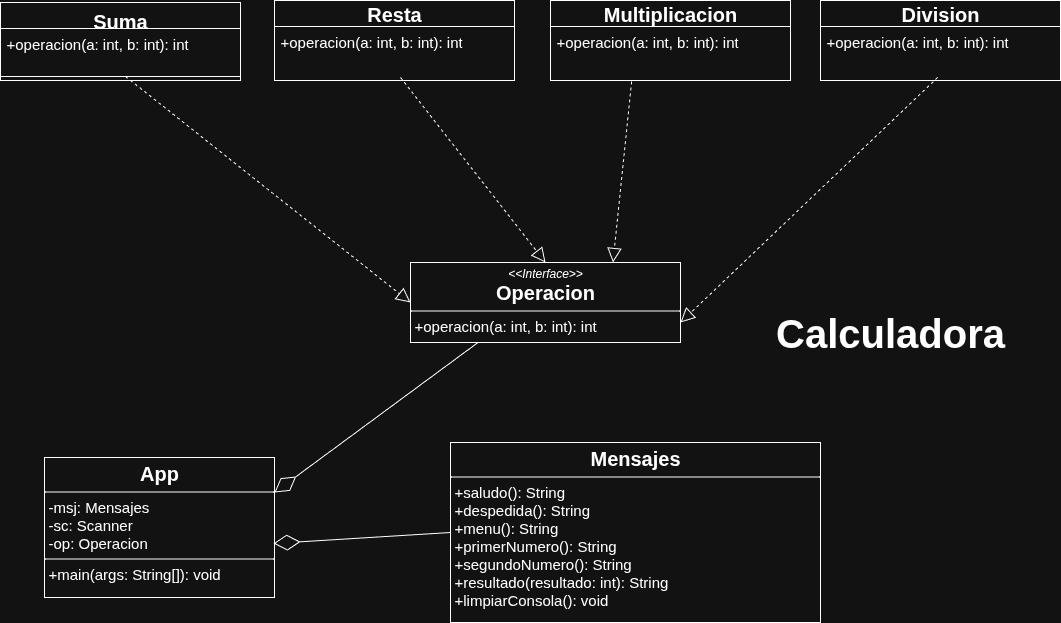
This is Equipo-Polimorfo_AE1/DiagramaClase.drawio.png from OmarLarrondo/Equipo-Polimorfo, a draw.io export, as it was before one commit. Source tidied: cells renumbered, new cells last; positions are measured from the earlier drawing's top-left corner, leaving out a move shared by most shapes.
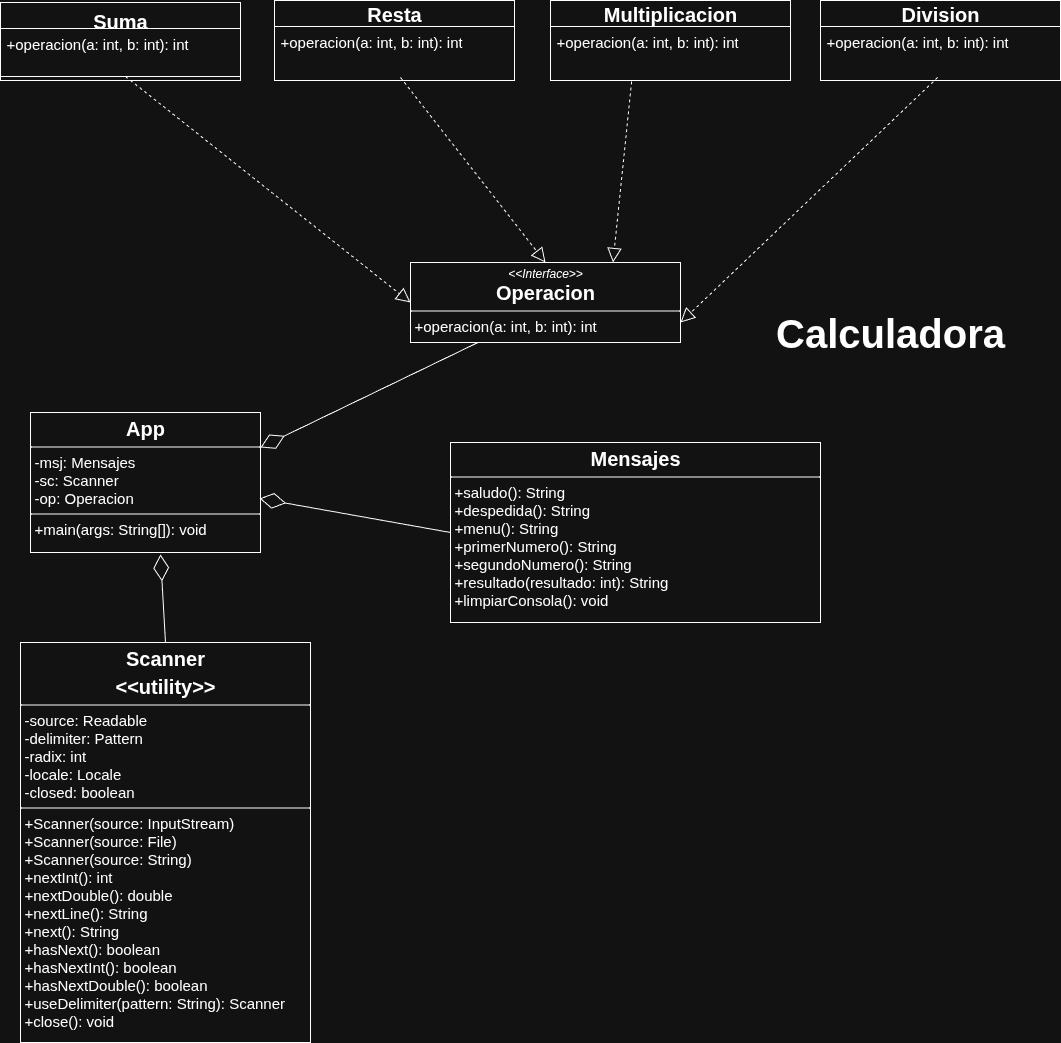
Later version of the same file.

Commit message:
refactor(diagrams): Actualizar diagrama de clases y eliminar el de estados

Se modifica el diagrama de clases para agregar la clase Scanner. El diagrama de estados se elimina porque no es requerido en esta práctica.

Change to the diagram source:
```diff
@@ -45,7 +45,7 @@
       <mxGeometry relative="1" as="geometry" />
     </mxCell>
     <mxCell id="16" value="&lt;p style=&quot;margin:0px;margin-top:4px;text-align:center;&quot;&gt;&lt;span style=&quot;font-size: 20px;&quot;&gt;&lt;b&gt;App&lt;/b&gt;&lt;/span&gt;&lt;/p&gt;&lt;hr size=&quot;1&quot; style=&quot;border-style:solid;&quot;&gt;&lt;p style=&quot;margin:0px;margin-left:4px;&quot;&gt;&lt;font style=&quot;font-size: 15px;&quot;&gt;-msj: Mensajes&lt;/font&gt;&lt;/p&gt;&lt;p style=&quot;margin:0px;margin-left:4px;&quot;&gt;&lt;font style=&quot;font-size: 15px;&quot;&gt;-sc: Scanner&lt;/font&gt;&lt;/p&gt;&lt;p style=&quot;margin:0px;margin-left:4px;&quot;&gt;&lt;font style=&quot;font-size: 15px;&quot;&gt;-op: Operacion&lt;/font&gt;&lt;/p&gt;&lt;hr size=&quot;1&quot; style=&quot;border-style:solid;&quot;&gt;&lt;p style=&quot;margin:0px;margin-left:4px;&quot;&gt;&lt;font style=&quot;font-size: 15px;&quot;&gt;+main(args: String[]): void&lt;/font&gt;&lt;/p&gt;" style="verticalAlign=top;align=left;overflow=fill;html=1;whiteSpace=wrap;" parent="1" vertex="1">
-      <mxGeometry x="44" y="457" width="230" height="140" as="geometry" />
+      <mxGeometry x="30" y="412" width="230" height="140" as="geometry" />
     </mxCell>
     <mxCell id="17" style="endArrow=diamondThin;endFill=0;endSize=24;html=1;rounded=0;exitX=0.25;exitY=1;exitDx=0;exitDy=0;entryX=1;entryY=0.25;entryDx=0;entryDy=0;" parent="1" edge="1" source="11" target="16">
       <mxGeometry relative="1" as="geometry" />
@@ -59,5 +59,11 @@
     <mxCell id="20" value="&lt;font style=&quot;font-size: 40px;&quot;&gt;&lt;b&gt;Calculadora&lt;/b&gt;&lt;/font&gt;" style="text;html=1;align=center;verticalAlign=middle;whiteSpace=wrap;rounded=0;" parent="1" vertex="1">
       <mxGeometry x="760" y="302" width="260" height="60" as="geometry" />
     </mxCell>
+    <mxCell id="21" value="&lt;p style=&quot;margin:0px;margin-top:4px;text-align:center;&quot;&gt;&lt;b&gt;&lt;font style=&quot;font-size: 20px;&quot;&gt;Scanner&lt;/font&gt;&lt;/b&gt;&lt;/p&gt;&lt;p style=&quot;margin:0px;margin-top:4px;text-align:center;&quot;&gt;&lt;font style=&quot;&quot;&gt;&lt;span style=&quot;font-size: 20px;&quot;&gt;&lt;b&gt;&amp;lt;&amp;lt;utility&amp;gt;&amp;gt;&lt;/b&gt;&lt;/span&gt;&lt;/font&gt;&lt;/p&gt;&lt;hr size=&quot;1&quot; style=&quot;border-style:solid;&quot;&gt;&lt;p style=&quot;margin:0px;margin-left:4px;&quot;&gt;&lt;font style=&quot;font-size: 15px;&quot;&gt;-source: Readable&lt;/font&gt;&lt;/p&gt;&lt;p style=&quot;margin:0px;margin-left:4px;&quot;&gt;&lt;font style=&quot;font-size: 15px;&quot;&gt;-delimiter: Pattern&lt;/font&gt;&lt;/p&gt;&lt;p style=&quot;margin:0px;margin-left:4px;&quot;&gt;&lt;font style=&quot;font-size: 15px;&quot;&gt;-radix: int&lt;/font&gt;&lt;/p&gt;&lt;p style=&quot;margin:0px;margin-left:4px;&quot;&gt;&lt;font style=&quot;font-size: 15px;&quot;&gt;-locale: Locale&lt;/font&gt;&lt;/p&gt;&lt;p style=&quot;margin:0px;margin-left:4px;&quot;&gt;&lt;span style=&quot;background-color: transparent; color: light-dark(rgb(0, 0, 0), rgb(255, 255, 255));&quot;&gt;&lt;font style=&quot;font-size: 15px;&quot;&gt;-closed: boolean&lt;/font&gt;&lt;/span&gt;&lt;/p&gt;&lt;hr size=&quot;1&quot; style=&quot;border-style:solid;&quot;&gt;&lt;p style=&quot;margin:0px;margin-left:4px;&quot;&gt;&lt;font style=&quot;font-size: 15px;&quot;&gt;+Scanner(source: InputStream)&lt;/font&gt;&lt;/p&gt;&lt;p style=&quot;margin:0px;margin-left:4px;&quot;&gt;&lt;font style=&quot;font-size: 15px;&quot;&gt;+Scanner(source: File)&lt;/font&gt;&lt;/p&gt;&lt;p style=&quot;margin:0px;margin-left:4px;&quot;&gt;&lt;font style=&quot;font-size: 15px;&quot;&gt;+Scanner(source: String)&lt;/font&gt;&lt;/p&gt;&lt;p style=&quot;margin:0px;margin-left:4px;&quot;&gt;&lt;font style=&quot;font-size: 15px;&quot;&gt;+nextInt(): int&lt;/font&gt;&lt;/p&gt;&lt;p style=&quot;margin:0px;margin-left:4px;&quot;&gt;&lt;font style=&quot;font-size: 15px;&quot;&gt;+nextDouble(): double&lt;/font&gt;&lt;/p&gt;&lt;p style=&quot;margin:0px;margin-left:4px;&quot;&gt;&lt;font style=&quot;font-size: 15px;&quot;&gt;+nextLine(): String&lt;/font&gt;&lt;/p&gt;&lt;p style=&quot;margin:0px;margin-left:4px;&quot;&gt;&lt;font style=&quot;font-size: 15px;&quot;&gt;+next(): String&lt;/font&gt;&lt;/p&gt;&lt;p style=&quot;margin:0px;margin-left:4px;&quot;&gt;&lt;font style=&quot;font-size: 15px;&quot;&gt;+hasNext(): boolean&lt;/font&gt;&lt;/p&gt;&lt;p style=&quot;margin:0px;margin-left:4px;&quot;&gt;&lt;font style=&quot;font-size: 15px;&quot;&gt;+hasNextInt(): boolean&lt;/font&gt;&lt;/p&gt;&lt;p style=&quot;margin:0px;margin-left:4px;&quot;&gt;&lt;font style=&quot;font-size: 15px;&quot;&gt;+hasNextDouble(): boolean&lt;/font&gt;&lt;/p&gt;&lt;p style=&quot;margin:0px;margin-left:4px;&quot;&gt;&lt;font style=&quot;font-size: 15px;&quot;&gt;+useDelimiter(pattern: String): Scanner&lt;/font&gt;&lt;/p&gt;&lt;p style=&quot;margin:0px;margin-left:4px;&quot;&gt;&lt;font style=&quot;font-size: 15px;&quot;&gt;+close(): void&lt;/font&gt;&lt;/p&gt;" style="verticalAlign=top;align=left;overflow=fill;html=1;whiteSpace=wrap;" parent="1" vertex="1">
+      <mxGeometry x="20" y="642" width="290" height="400" as="geometry" />
+    </mxCell>
+    <mxCell id="22" style="endArrow=diamondThin;endFill=0;endSize=24;html=1;rounded=0;exitX=0.5;exitY=0;exitDx=0;exitDy=0;entryX=0.565;entryY=1.014;entryDx=0;entryDy=0;entryPerimeter=0;" parent="1" edge="1" source="21" target="16">
+      <mxGeometry relative="1" as="geometry" />
+    </mxCell>
   </root>
 </mxGraphModel>
```
